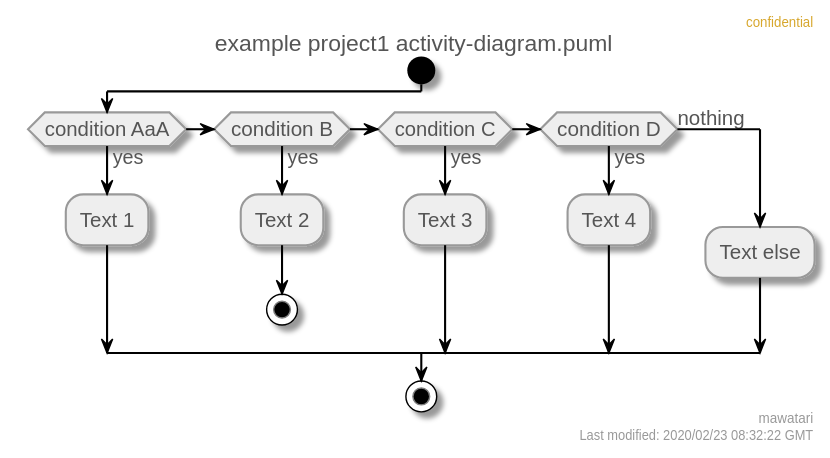
Above: activity-diagram.svg in mawatari/example-project-uml (PlantUML), before the change.
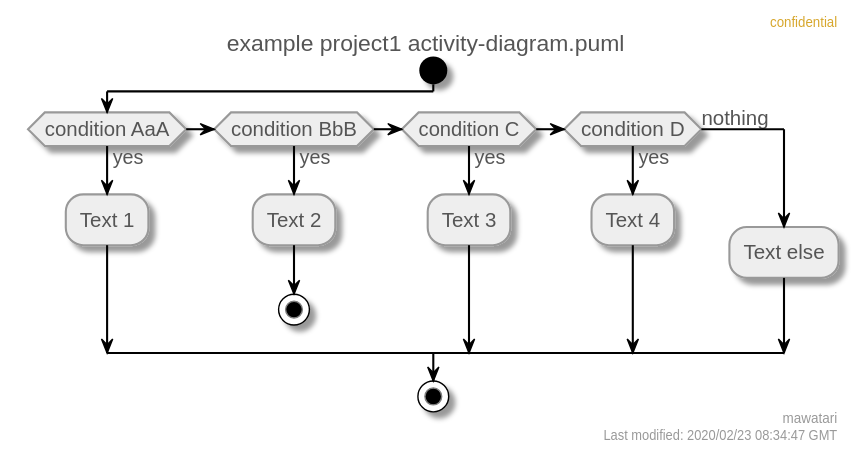
Above is the later version.

Commit message:
Automatically generated PlantUML images.

What changed in the source:
```diff
@@ -43,13 +43,13 @@
   DiamondBorderColor #999999
 }
 right header confidential
-right footer mawatari\nLast modified: 2020/02/23 08:32:22 GMT
+right footer mawatari\nLast modified: 2020/02/23 08:34:47 GMT
 title example project1 activity-diagram.puml
 
 start
 if (condition AaA) then (yes)
   :Text 1;
-elseif (condition B) then (yes)
+elseif (condition BbB) then (yes)
   :Text 2;
   stop
 elseif (condition C) then (yes)
```
